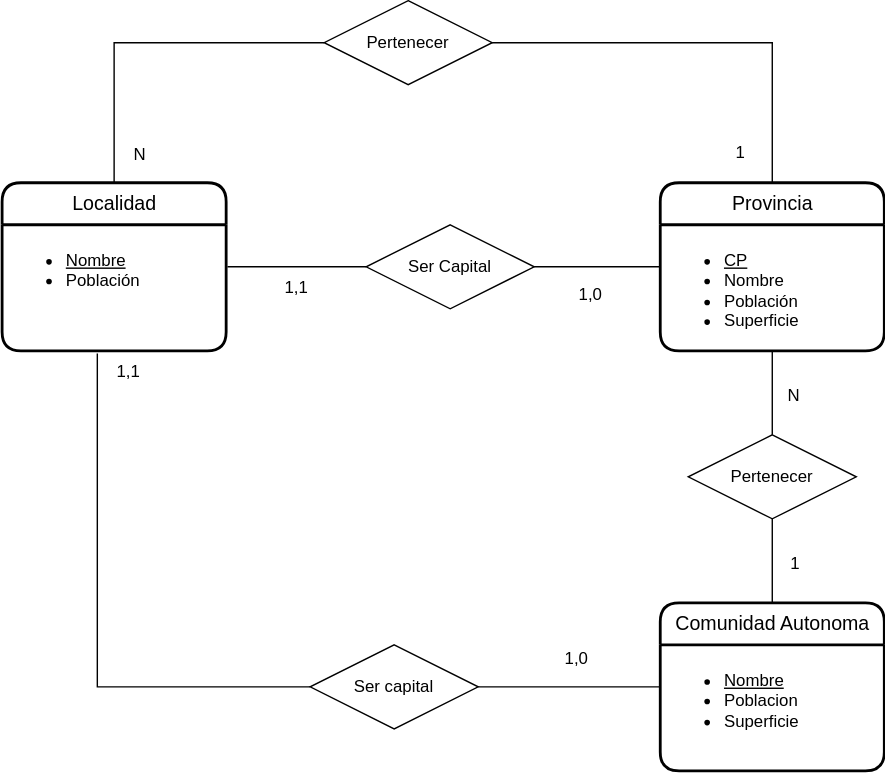
Before: UD12-03.svg, a diagram exported from draw.io (Jimxx22/C3-UD11-UML). Source tidied: cells renumbered, new cells last; positions are measured from the earlier drawing's top-left corner, leaving out a move shared by most shapes.
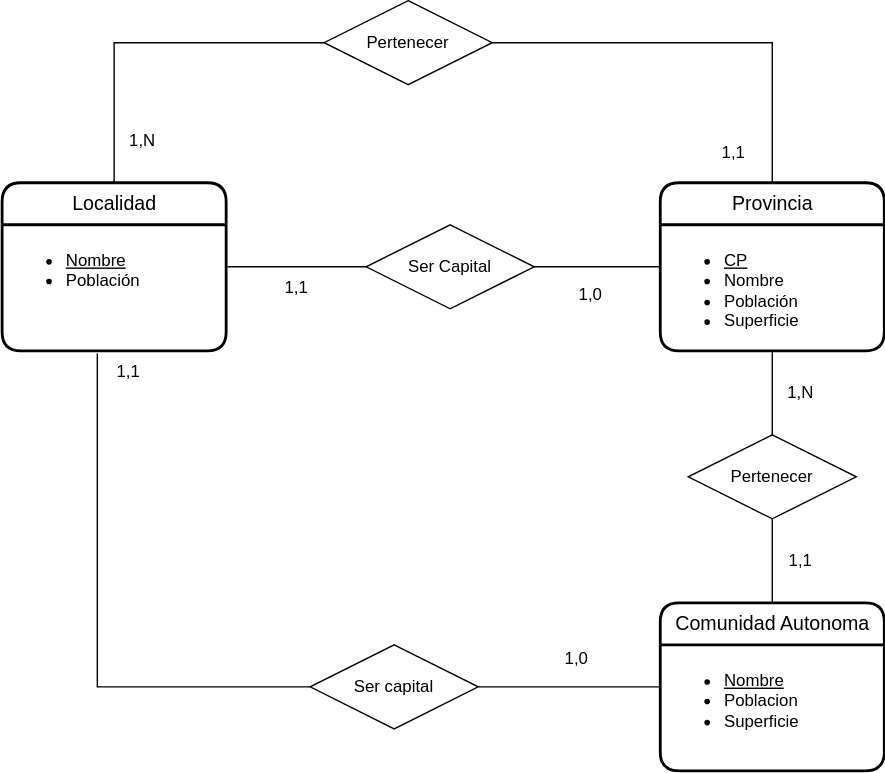
The same diagram one commit later.

The edit, as a diff of the source:
```diff
@@ -14,7 +14,7 @@
     <mxCell id="5" style="endArrow=none;html=1;rounded=0;entryX=0.5;entryY=0;entryDx=0;entryDy=0;exitX=0.5;exitY=1;exitDx=0;exitDy=0;" parent="1" edge="1" source="4" target="13">
       <mxGeometry relative="1" as="geometry" />
     </mxCell>
-    <mxCell id="6" value="1" style="html=1;align=right;verticalAlign=bottom;" parent="5" vertex="1">
+    <mxCell id="6" style="html=1;align=right;verticalAlign=bottom;" parent="5" vertex="1">
       <mxGeometry x="1" relative="1" as="geometry">
         <mxPoint x="20" y="-20" as="offset" />
       </mxGeometry>
@@ -22,11 +22,6 @@
     <mxCell id="7" style="endArrow=none;html=1;rounded=0;entryX=0.5;entryY=1;entryDx=0;entryDy=0;exitX=0.5;exitY=0;exitDx=0;exitDy=0;" parent="1" edge="1" source="4" target="12">
       <mxGeometry relative="1" as="geometry" />
     </mxCell>
-    <mxCell id="8" value="N" style="html=1;align=right;verticalAlign=bottom;" parent="7" vertex="1">
-      <mxGeometry x="1" relative="1" as="geometry">
-        <mxPoint x="20" y="40" as="offset" />
-      </mxGeometry>
-    </mxCell>
     <mxCell id="9" style="edgeStyle=orthogonalEdgeStyle;rounded=0;jettySize=auto;html=1;exitX=0;exitY=0.5;exitDx=0;exitDy=0;entryX=0.425;entryY=1.022;entryDx=0;entryDy=0;entryPerimeter=0;endArrow=none;endFill=0;" parent="1" edge="1" source="10" target="3">
       <mxGeometry relative="1" as="geometry" />
     </mxCell>
@@ -62,12 +57,12 @@
     <mxCell id="19" style="endArrow=none;html=1;rounded=0;exitX=1;exitY=0.5;exitDx=0;exitDy=0;entryX=0;entryY=0.5;entryDx=0;entryDy=0;" parent="1" edge="1" source="22" target="11">
       <mxGeometry relative="1" as="geometry" />
     </mxCell>
-    <mxCell id="20" value="N" style="html=1;align=right;verticalAlign=bottom;" parent="1" vertex="1">
+    <mxCell id="20" style="html=1;align=right;verticalAlign=bottom;" parent="1" vertex="1">
       <mxGeometry x="500" y="230" as="geometry">
         <mxPoint x="-397" y="-112" as="offset" />
       </mxGeometry>
     </mxCell>
-    <mxCell id="21" value="1" style="html=1;align=right;verticalAlign=bottom;" parent="1" vertex="1">
+    <mxCell id="21" value="1,1" style="html=1;align=right;verticalAlign=bottom;" parent="1" vertex="1">
       <mxGeometry x="650" y="350" as="geometry">
         <mxPoint x="-119" y="-233" as="offset" />
       </mxGeometry>
@@ -90,5 +85,14 @@
     <mxCell id="27" value="1,1" style="text;html=1;align=center;verticalAlign=middle;strokeColor=none;fillColor=none;" parent="1" vertex="1">
       <mxGeometry x="70" y="250" width="40" height="30" as="geometry" />
     </mxCell>
+    <mxCell id="28" value="1,N" style="text;html=1;align=center;verticalAlign=middle;strokeColor=none;fillColor=none;" parent="1" vertex="1">
+      <mxGeometry x="80" y="85" width="40" height="30" as="geometry" />
+    </mxCell>
+    <mxCell id="29" value="1,1" style="text;html=1;align=center;verticalAlign=middle;strokeColor=none;fillColor=none;" parent="1" vertex="1">
+      <mxGeometry x="550" y="385" width="40" height="30" as="geometry" />
+    </mxCell>
+    <mxCell id="30" value="1,N" style="text;html=1;align=center;verticalAlign=middle;strokeColor=none;fillColor=none;" parent="1" vertex="1">
+      <mxGeometry x="550" y="265" width="40" height="30" as="geometry" />
+    </mxCell>
   </root>
 </mxGraphModel>
```
